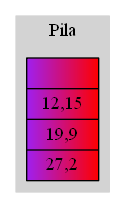
The Graphviz diagram graficaPila.png in Tiago-130414/EDD_1S2019_P1_201313722, before a commit. Its source is kept beside it as graficaPila.dot. The source it was exported from:
```dot
digraph D{
rankdir=TB;
labelloc="t";
subgraph cluster_0{
style=filled;
color = lightgrey;
node[shape=record,style = filled, fillcolor = "purple:red"];
node_GP[shape = record
label="{
 |
12,15|
19,9|
27,2}"
];
label = "Pila";
}
}
```
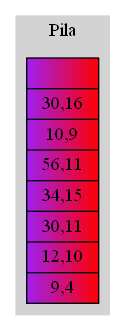
Above is the later version.

Diff of the diagram source:
```diff
@@ -8,9 +8,13 @@
 node_GP[shape = record
 label="{
  |
-12,15|
-19,9|
-27,2}"
+30,16|
+10,9|
+56,11|
+34,15|
+30,11|
+12,10|
+9,4}"
 ];
 label = "Pila";
 }
```
